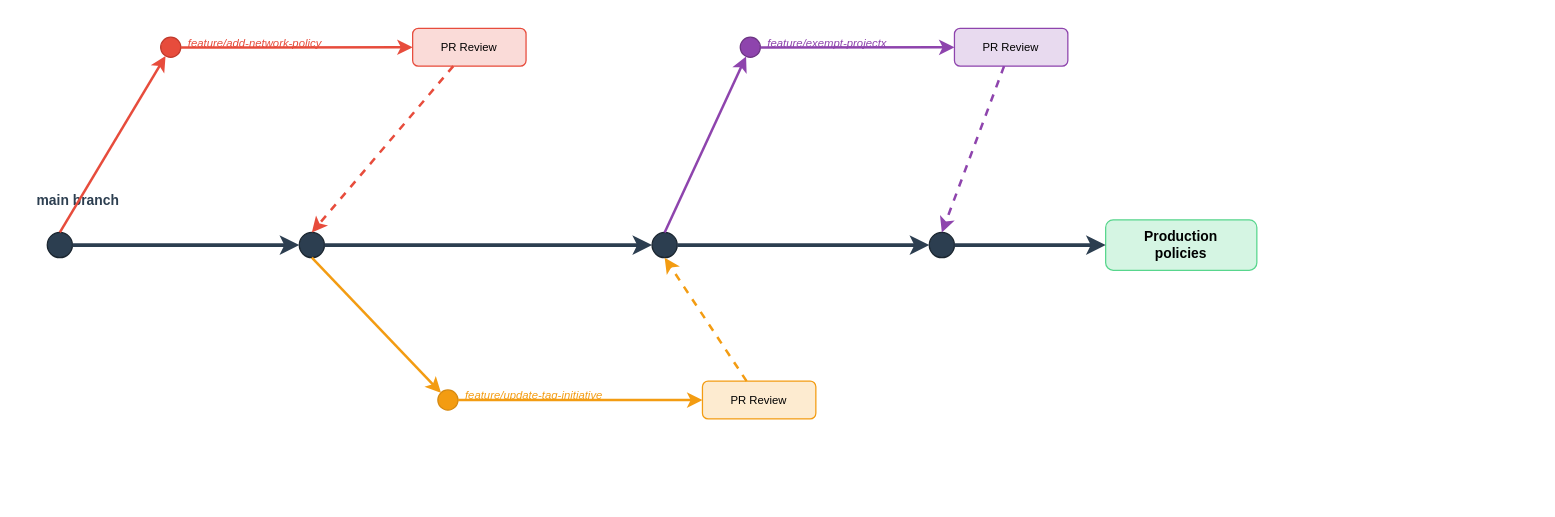
Earlier version of the draw.io diagram images/policy-git-branching.drawio (ricmmartins/azure-governance-made-simple). Source tidied: cells renumbered, new cells numbered last; positions are measured from the earlier drawing's top-left corner, leaving out a move shared by most shapes. Both pictures are drawn from the tidied source at 126%, with x=0, y=0 at pixel (34, 28).
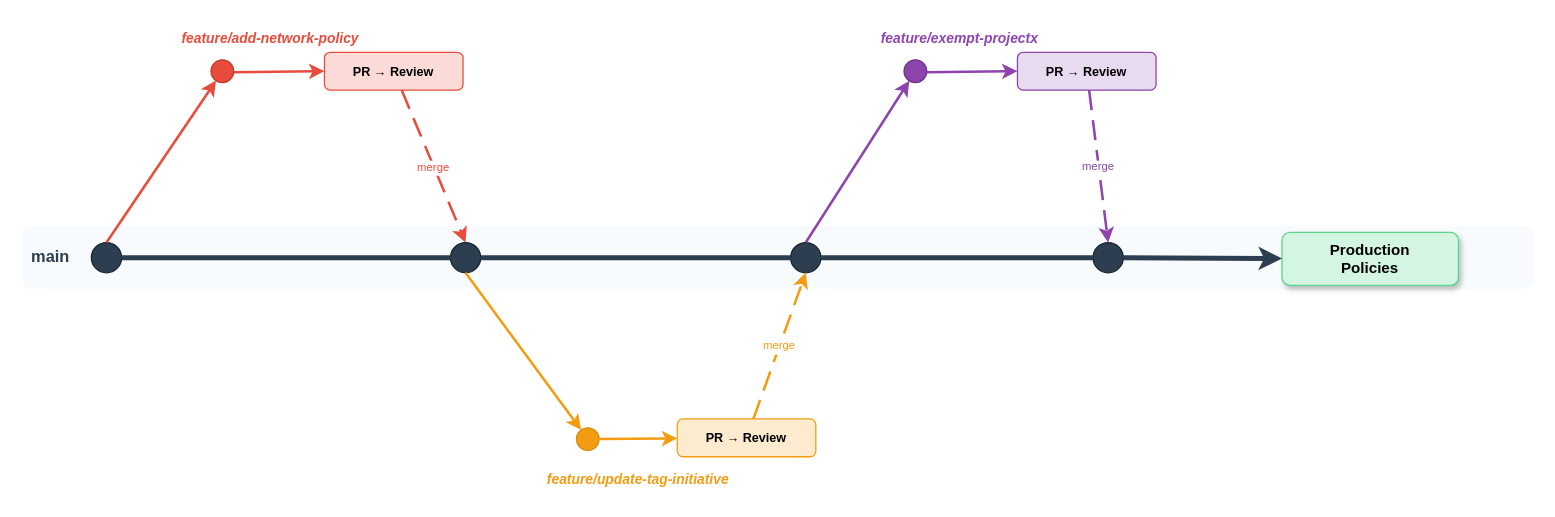
After the change.

Commit message (it also covers changes not shown here):
Improve EPAC and git branching diagrams for readability

What changed in the source:
```diff
@@
+    <mxCell id="30" style="rounded=1;fillColor=#EBF5FB;strokeColor=none;opacity=40;" parent="1" vertex="1">
+      <mxGeometry x="-10" y="157" width="1200" height="50" as="geometry" />
+    </mxCell>
-    <mxCell id="2" value="main branch" style="text;html=1;align=left;verticalAlign=middle;fontStyle=1;fontSize=11;fontColor=#2C3E50;" parent="1" vertex="1">
-      <mxGeometry y="122" width="90" height="30" as="geometry" />
+    <mxCell id="2" value="main" style="text;fontStyle=1;fontSize=13;fontColor=#2C3E50;align=right;" parent="1" vertex="1">
+      <mxGeometry x="-10" y="167" width="40" height="30" as="geometry" />
     </mxCell>
-    <mxCell id="3" style="ellipse;fillColor=#2C3E50;strokeColor=#1A252F;" parent="1" vertex="1">
-      <mxGeometry x="10" y="162" width="20" height="20" as="geometry" />
-    </mxCell>
-    <mxCell id="4" style="ellipse;fillColor=#2C3E50;strokeColor=#1A252F;" parent="1" vertex="1">
-      <mxGeometry x="210" y="162" width="20" height="20" as="geometry" />
-    </mxCell>
-    <mxCell id="5" style="ellipse;fillColor=#2C3E50;strokeColor=#1A252F;" parent="1" vertex="1">
-      <mxGeometry x="490" y="162" width="20" height="20" as="geometry" />
-    </mxCell>
-    <mxCell id="6" style="ellipse;fillColor=#2C3E50;strokeColor=#1A252F;" parent="1" vertex="1">
-      <mxGeometry x="710" y="162" width="20" height="20" as="geometry" />
-    </mxCell>
+    <mxCell id="31" style="ellipse;fillColor=#2C3E50;strokeColor=#1A252F;" parent="1" vertex="1">
+      <mxGeometry x="45" y="170" width="24" height="24" as="geometry" />
+    </mxCell>
+    <mxCell id="32" style="ellipse;fillColor=#2C3E50;strokeColor=#1A252F;" parent="1" vertex="1">
+      <mxGeometry x="330" y="170" width="24" height="24" as="geometry" />
+    </mxCell>
+    <mxCell id="33" style="ellipse;fillColor=#2C3E50;strokeColor=#1A252F;" parent="1" vertex="1">
+      <mxGeometry x="600" y="170" width="24" height="24" as="geometry" />
+    </mxCell>
+    <mxCell id="34" style="ellipse;fillColor=#2C3E50;strokeColor=#1A252F;" parent="1" vertex="1">
+      <mxGeometry x="840" y="170" width="24" height="24" as="geometry" />
+    </mxCell>
-    <mxCell id="7" value="Production&#10;policies" style="rounded=1;whiteSpace=wrap;fillColor=#D5F5E3;strokeColor=#58D68D;fontSize=11;fontStyle=1;" parent="1" vertex="1">
-      <mxGeometry x="850" y="152" width="120" height="40" as="geometry" />
+    <mxCell id="7" value="Production&#10;Policies" style="rounded=1;whiteSpace=wrap;fillColor=#D5F5E3;strokeColor=#58D68D;fontSize=12;fontStyle=1;shadow=1;" parent="1" vertex="1">
+      <mxGeometry x="990" y="162" width="140" height="42" as="geometry" />
     </mxCell>
-    <mxCell id="8" style="strokeColor=#2C3E50;strokeWidth=3;" parent="1" edge="1" source="3" target="4">
-      <mxGeometry relative="1" as="geometry" />
-    </mxCell>
-    <mxCell id="9" style="strokeColor=#2C3E50;strokeWidth=3;" parent="1" edge="1" source="4" target="5">
-      <mxGeometry relative="1" as="geometry" />
-    </mxCell>
-    <mxCell id="10" style="strokeColor=#2C3E50;strokeWidth=3;" parent="1" edge="1" source="5" target="6">
-      <mxGeometry relative="1" as="geometry" />
-    </mxCell>
-    <mxCell id="11" style="strokeColor=#2C3E50;strokeWidth=3;" parent="1" edge="1" source="6" target="7">
-      <mxGeometry relative="1" as="geometry" />
-    </mxCell>
+    <mxCell id="35" style="strokeColor=#2C3E50;strokeWidth=4;endArrow=none;" parent="1" edge="1" source="31" target="32">
+      <mxGeometry relative="1" as="geometry" />
+    </mxCell>
+    <mxCell id="36" style="strokeColor=#2C3E50;strokeWidth=4;endArrow=none;" parent="1" edge="1" source="32" target="33">
+      <mxGeometry relative="1" as="geometry" />
+    </mxCell>
+    <mxCell id="37" style="strokeColor=#2C3E50;strokeWidth=4;endArrow=none;" parent="1" edge="1" source="33" target="34">
+      <mxGeometry relative="1" as="geometry" />
+    </mxCell>
+    <mxCell id="38" style="strokeColor=#2C3E50;strokeWidth=4;" parent="1" edge="1" source="34" target="7">
+      <mxGeometry relative="1" as="geometry" />
+    </mxCell>
     <mxCell id="12" style="ellipse;fillColor=#E74C3C;strokeColor=#C0392B;" parent="1" vertex="1">
-      <mxGeometry x="100" y="7" width="16" height="16" as="geometry" />
+      <mxGeometry x="140" y="25" width="18" height="18" as="geometry" />
     </mxCell>
-    <mxCell id="13" value="feature/add-network-policy" style="text;fontSize=9;fontColor=#E74C3C;fontStyle=2;align=left;" parent="1" vertex="1">
-      <mxGeometry x="120" width="160" height="30" as="geometry" />
+    <mxCell id="13" value="feature/add-network-policy" style="text;fontSize=11;fontColor=#E74C3C;fontStyle=3;align=left;" parent="1" vertex="1">
+      <mxGeometry x="115" y="-5" width="200" height="26" as="geometry" />
     </mxCell>
-    <mxCell id="14" value="PR Review" style="rounded=1;fillColor=#FADBD8;strokeColor=#E74C3C;fontSize=9;" parent="1" vertex="1">
-      <mxGeometry x="300" width="90" height="30" as="geometry" />
+    <mxCell id="14" value="PR → Review" style="rounded=1;whiteSpace=wrap;fillColor=#FADBD8;strokeColor=#E74C3C;fontSize=10;fontStyle=1;" parent="1" vertex="1">
+      <mxGeometry x="230" y="19" width="110" height="30" as="geometry" />
     </mxCell>
-    <mxCell id="15" style="strokeColor=#E74C3C;strokeWidth=2;exitX=0.5;exitY=0;exitDx=0;exitDy=0;" parent="1" edge="1" source="3" target="12">
-      <mxGeometry relative="1" as="geometry" />
-    </mxCell>
+    <mxCell id="39" style="strokeColor=#E74C3C;strokeWidth=2;exitX=0.5;exitY=0;" parent="1" edge="1" source="31" target="12">
+      <mxGeometry relative="1" as="geometry" />
+    </mxCell>
@@
-    <mxCell id="17" style="strokeColor=#E74C3C;strokeWidth=2;dashed=1;entryX=0.5;entryY=0;entryDx=0;entryDy=0;" parent="1" edge="1" source="14" target="4">
-      <mxGeometry relative="1" as="geometry" />
-    </mxCell>
+    <mxCell id="40" value="merge" style="strokeColor=#E74C3C;strokeWidth=2;dashed=1;dashPattern=8 4;entryX=0.5;entryY=0;fontSize=9;fontColor=#E74C3C;" parent="1" edge="1" source="14" target="32">
+      <mxGeometry relative="1" as="geometry" />
+    </mxCell>
     <mxCell id="18" style="ellipse;fillColor=#F39C12;strokeColor=#D68910;" parent="1" vertex="1">
-      <mxGeometry x="320" y="287" width="16" height="16" as="geometry" />
+      <mxGeometry x="430" y="317" width="18" height="18" as="geometry" />
     </mxCell>
-    <mxCell id="19" value="feature/update-tag-initiative" style="text;fontSize=9;fontColor=#F39C12;fontStyle=2;align=left;" parent="1" vertex="1">
-      <mxGeometry x="340" y="280" width="170" height="30" as="geometry" />
+    <mxCell id="19" value="feature/update-tag-initiative" style="text;fontSize=11;fontColor=#F39C12;fontStyle=3;align=left;" parent="1" vertex="1">
+      <mxGeometry x="405" y="345" width="210" height="26" as="geometry" />
     </mxCell>
-    <mxCell id="20" value="PR Review" style="rounded=1;fillColor=#FDEBD0;strokeColor=#F39C12;fontSize=9;" parent="1" vertex="1">
-      <mxGeometry x="530" y="280" width="90" height="30" as="geometry" />
+    <mxCell id="20" value="PR → Review" style="rounded=1;whiteSpace=wrap;fillColor=#FDEBD0;strokeColor=#F39C12;fontSize=10;fontStyle=1;" parent="1" vertex="1">
+      <mxGeometry x="510" y="310" width="110" height="30" as="geometry" />
     </mxCell>
-    <mxCell id="21" style="strokeColor=#F39C12;strokeWidth=2;exitX=0.5;exitY=1;exitDx=0;exitDy=0;" parent="1" edge="1" source="4" target="18">
-      <mxGeometry relative="1" as="geometry" />
-    </mxCell>
+    <mxCell id="41" style="strokeColor=#F39C12;strokeWidth=2;exitX=0.5;exitY=1;" parent="1" edge="1" source="32" target="18">
+      <mxGeometry relative="1" as="geometry" />
+    </mxCell>
@@
-    <mxCell id="23" style="strokeColor=#F39C12;strokeWidth=2;dashed=1;entryX=0.5;entryY=1;entryDx=0;entryDy=0;" parent="1" edge="1" source="20" target="5">
-      <mxGeometry relative="1" as="geometry" />
-    </mxCell>
+    <mxCell id="42" value="merge" style="strokeColor=#F39C12;strokeWidth=2;dashed=1;dashPattern=8 4;entryX=0.5;entryY=1;fontSize=9;fontColor=#F39C12;" parent="1" edge="1" source="20" target="33">
+      <mxGeometry relative="1" as="geometry" />
+    </mxCell>
     <mxCell id="24" style="ellipse;fillColor=#8E44AD;strokeColor=#6C3483;" parent="1" vertex="1">
-      <mxGeometry x="560" y="7" width="16" height="16" as="geometry" />
+      <mxGeometry x="690" y="25" width="18" height="18" as="geometry" />
     </mxCell>
-    <mxCell id="25" value="feature/exempt-projectx" style="text;fontSize=9;fontColor=#8E44AD;fontStyle=2;align=left;" parent="1" vertex="1">
-      <mxGeometry x="580" width="140" height="30" as="geometry" />
+    <mxCell id="25" value="feature/exempt-projectx" style="text;fontSize=11;fontColor=#8E44AD;fontStyle=3;align=left;" parent="1" vertex="1">
+      <mxGeometry x="670" y="-5" width="180" height="26" as="geometry" />
     </mxCell>
-    <mxCell id="26" value="PR Review" style="rounded=1;fillColor=#E8DAEF;strokeColor=#8E44AD;fontSize=9;" parent="1" vertex="1">
-      <mxGeometry x="730" width="90" height="30" as="geometry" />
+    <mxCell id="26" value="PR → Review" style="rounded=1;whiteSpace=wrap;fillColor=#E8DAEF;strokeColor=#8E44AD;fontSize=10;fontStyle=1;" parent="1" vertex="1">
+      <mxGeometry x="780" y="19" width="110" height="30" as="geometry" />
     </mxCell>
-    <mxCell id="27" style="strokeColor=#8E44AD;strokeWidth=2;exitX=0.5;exitY=0;exitDx=0;exitDy=0;" parent="1" edge="1" source="5" target="24">
-      <mxGeometry relative="1" as="geometry" />
-    </mxCell>
+    <mxCell id="43" style="strokeColor=#8E44AD;strokeWidth=2;exitX=0.5;exitY=0;" parent="1" edge="1" source="33" target="24">
+      <mxGeometry relative="1" as="geometry" />
+    </mxCell>
@@
-    <mxCell id="29" style="strokeColor=#8E44AD;strokeWidth=2;dashed=1;entryX=0.5;entryY=0;entryDx=0;entryDy=0;" parent="1" edge="1" source="26" target="6">
-      <mxGeometry relative="1" as="geometry" />
-    </mxCell>
+    <mxCell id="44" value="merge" style="strokeColor=#8E44AD;strokeWidth=2;dashed=1;dashPattern=8 4;entryX=0.5;entryY=0;fontSize=9;fontColor=#8E44AD;" parent="1" edge="1" source="26" target="34">
+      <mxGeometry relative="1" as="geometry" />
+    </mxCell>
```
